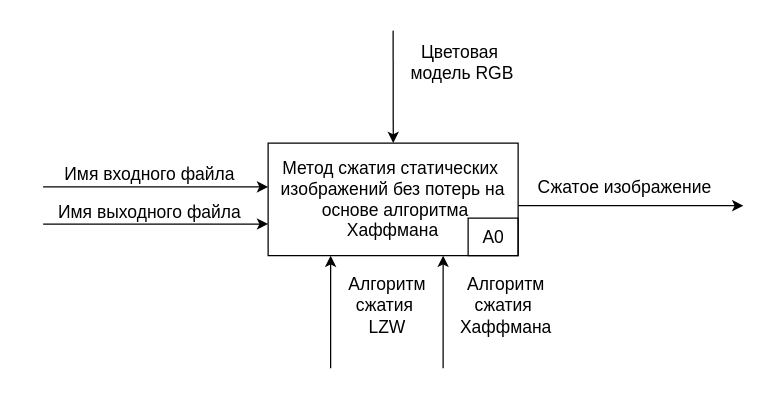
Before: docs/schemes/idef0_a0.drawio in kovkir/bmstu-magistracy-diploma, a draw.io diagram. Source tidied: cells renumbered, new cells numbered last; positions are measured from the earlier drawing's top-left corner, leaving out a move shared by most shapes. Both pictures are drawn from the tidied source at 125%, with x=0, y=0 at pixel (42, 30).
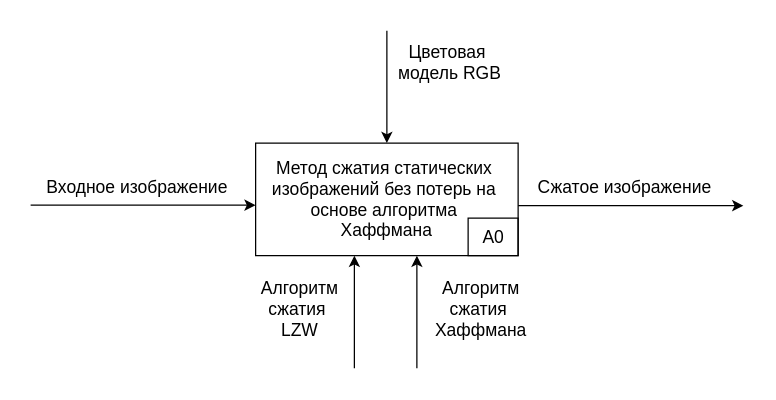
Above is the later version.

The edit, as a diff of the source:
```diff
@@
     <mxCell id="2" style="edgeStyle=none;html=1;fontSize=14;entryX=0;entryY=0.5;entryDx=0;entryDy=0;" parent="1" edge="1">
       <mxGeometry relative="1" as="geometry">
-        <mxPoint y="125" as="sourcePoint" />
-        <mxPoint x="180" y="125" as="targetPoint" />
+        <mxPoint x="-10" y="139.6" as="sourcePoint" />
+        <mxPoint x="170" y="139.6" as="targetPoint" />
       </mxGeometry>
     </mxCell>
     <mxCell id="3" style="edgeStyle=none;html=1;fontSize=14;endArrow=none;endFill=0;startArrow=classic;startFill=1;" parent="1" edge="1">
       <mxGeometry relative="1" as="geometry">
-        <mxPoint x="230" y="180" as="sourcePoint" />
-        <mxPoint x="230" y="270" as="targetPoint" />
+        <mxPoint x="249" y="180" as="sourcePoint" />
+        <mxPoint x="249" y="270" as="targetPoint" />
       </mxGeometry>
     </mxCell>
     <mxCell id="4" style="edgeStyle=none;html=1;fontSize=14;startArrow=classic;startFill=1;endArrow=none;endFill=0;" parent="1" edge="1">
       <mxGeometry relative="1" as="geometry">
-        <mxPoint x="320" y="180" as="sourcePoint" />
-        <mxPoint x="320" y="270" as="targetPoint" />
+        <mxPoint x="299" y="180" as="sourcePoint" />
+        <mxPoint x="299" y="270" as="targetPoint" />
       </mxGeometry>
     </mxCell>
-    <mxCell id="5" value="&lt;font&gt;&lt;span style=&quot;color: light-dark(rgb(0, 0, 0), rgb(237, 237, 237)); font-size: 14px;&quot;&gt;Метод сжатия статических&amp;nbsp; изображений без потерь&amp;nbsp;&lt;/span&gt;&lt;/font&gt;&lt;span style=&quot;font-size: 14px; background-color: transparent;&quot;&gt;&lt;font style=&quot;color: rgb(0, 0, 0);&quot;&gt;на&lt;/font&gt;&lt;/span&gt;&lt;div&gt;&lt;span style=&quot;font-size: 14px; background-color: transparent;&quot;&gt;&amp;nbsp;&lt;font style=&quot;color: rgb(0, 0, 0);&quot;&gt;основе алгоритма Хаффмана&lt;/font&gt;&lt;/span&gt;&lt;/div&gt;" style="rounded=0;whiteSpace=wrap;html=1;" parent="1" vertex="1">
-      <mxGeometry x="180" y="90" width="200" height="90" as="geometry" />
+    <mxCell id="5" value="&lt;font&gt;&lt;span style=&quot;color: light-dark(rgb(0, 0, 0), rgb(237, 237, 237)); font-size: 14px;&quot;&gt;Метод сжатия статических&amp;nbsp; изображений без потерь&amp;nbsp;&lt;/span&gt;&lt;/font&gt;&lt;span style=&quot;background-color: transparent; font-size: 14px;&quot;&gt;&lt;font style=&quot;color: rgb(0, 0, 0);&quot;&gt;на&amp;nbsp;&lt;/font&gt;&lt;/span&gt;&lt;div&gt;&lt;span style=&quot;background-color: transparent; font-size: 14px;&quot;&gt;&lt;font style=&quot;color: rgb(0, 0, 0);&quot;&gt;основе&lt;/font&gt; &lt;font style=&quot;color: rgb(0, 0, 0);&quot;&gt;алгоритма&lt;/font&gt;&amp;nbsp;&lt;/span&gt;&lt;/div&gt;&lt;div&gt;&lt;span style=&quot;background-color: transparent; font-size: 14px;&quot;&gt;&lt;font style=&quot;color: rgb(0, 0, 0);&quot;&gt;Хаффмана&lt;/font&gt;&lt;/span&gt;&lt;/div&gt;" style="rounded=0;whiteSpace=wrap;html=1;" parent="1" vertex="1">
+      <mxGeometry x="170" y="90" width="210" height="90" as="geometry" />
     </mxCell>
-    <mxCell id="6" value="Имя входного файла" style="text;html=1;align=center;verticalAlign=middle;strokeColor=none;fillColor=none;fontSize=14;" parent="1" vertex="1">
-      <mxGeometry x="5" y="100" width="160" height="30" as="geometry" />
+    <mxCell id="6" value="Входное изображение" style="text;html=1;align=center;verticalAlign=middle;strokeColor=none;fillColor=none;fontSize=14;" parent="1" vertex="1">
+      <mxGeometry x="-10" y="110" width="170" height="30" as="geometry" />
     </mxCell>
     <mxCell id="7" value="Алгоритм &lt;br&gt;сжатия&amp;nbsp;&lt;div&gt;&lt;font style=&quot;color: rgb(0, 0, 0);&quot;&gt;LZW&lt;/font&gt;&lt;/div&gt;" style="text;html=1;align=center;verticalAlign=middle;strokeColor=none;fillColor=none;fontSize=14;" parent="1" vertex="1">
-      <mxGeometry x="230" y="190" width="90" height="60" as="geometry" />
+      <mxGeometry x="160" y="193" width="90" height="60" as="geometry" />
     </mxCell>
     <mxCell id="8" value="Алгоритм&lt;br&gt;сжатия&amp;nbsp;&lt;div&gt;&lt;font style=&quot;color: rgb(0, 0, 0);&quot;&gt;Хаффмана&lt;/font&gt;&lt;/div&gt;" style="text;html=1;align=center;verticalAlign=middle;strokeColor=none;fillColor=none;fontSize=14;" parent="1" vertex="1">
-      <mxGeometry x="320" y="190" width="100" height="60" as="geometry" />
+      <mxGeometry x="300" y="193" width="100" height="60" as="geometry" />
     </mxCell>
@@
-    <mxCell id="12" style="edgeStyle=none;html=1;fontSize=14;entryX=0;entryY=0.5;entryDx=0;entryDy=0;" parent="1" edge="1">
-      <mxGeometry relative="1" as="geometry">
-        <mxPoint y="154.7" as="sourcePoint" />
-        <mxPoint x="180" y="154.7" as="targetPoint" />
-      </mxGeometry>
-    </mxCell>
-    <mxCell id="13" value="Имя выходного файла" style="text;html=1;align=center;verticalAlign=middle;strokeColor=none;fillColor=none;fontSize=14;" parent="1" vertex="1">
-      <mxGeometry y="130" width="170" height="30" as="geometry" />
-    </mxCell>
     <mxCell id="14" value="Цветовая&amp;nbsp;&lt;div&gt;&lt;font&gt;&lt;font style=&quot;color: rgb(0, 0, 0);&quot;&gt;модель&amp;nbsp;&lt;/font&gt;&lt;span style=&quot;background-color: transparent;&quot;&gt;&lt;font style=&quot;color: rgb(0, 0, 0);&quot;&gt;RGB&lt;/font&gt;&lt;/span&gt;&lt;/font&gt;&lt;/div&gt;" style="text;html=1;align=center;verticalAlign=middle;strokeColor=none;fillColor=none;fontSize=14;" parent="1" vertex="1">
-      <mxGeometry x="280" width="110" height="50" as="geometry" />
+      <mxGeometry x="270" width="110" height="50" as="geometry" />
     </mxCell>
-    <mxCell id="15" style="edgeStyle=none;html=1;fontSize=14;entryX=0.352;entryY=0;entryDx=0;entryDy=0;entryPerimeter=0;" parent="1" edge="1">
+    <mxCell id="15" style="edgeStyle=none;html=1;fontSize=14;entryX=0.5;entryY=0;entryDx=0;entryDy=0;" parent="1" edge="1" target="5">
       <mxGeometry relative="1" as="geometry">
-        <mxPoint x="280" as="sourcePoint" />
-        <mxPoint x="280.1" y="89.9" as="targetPoint" />
+        <mxPoint x="275" as="sourcePoint" />
       </mxGeometry>
     </mxCell>
```
